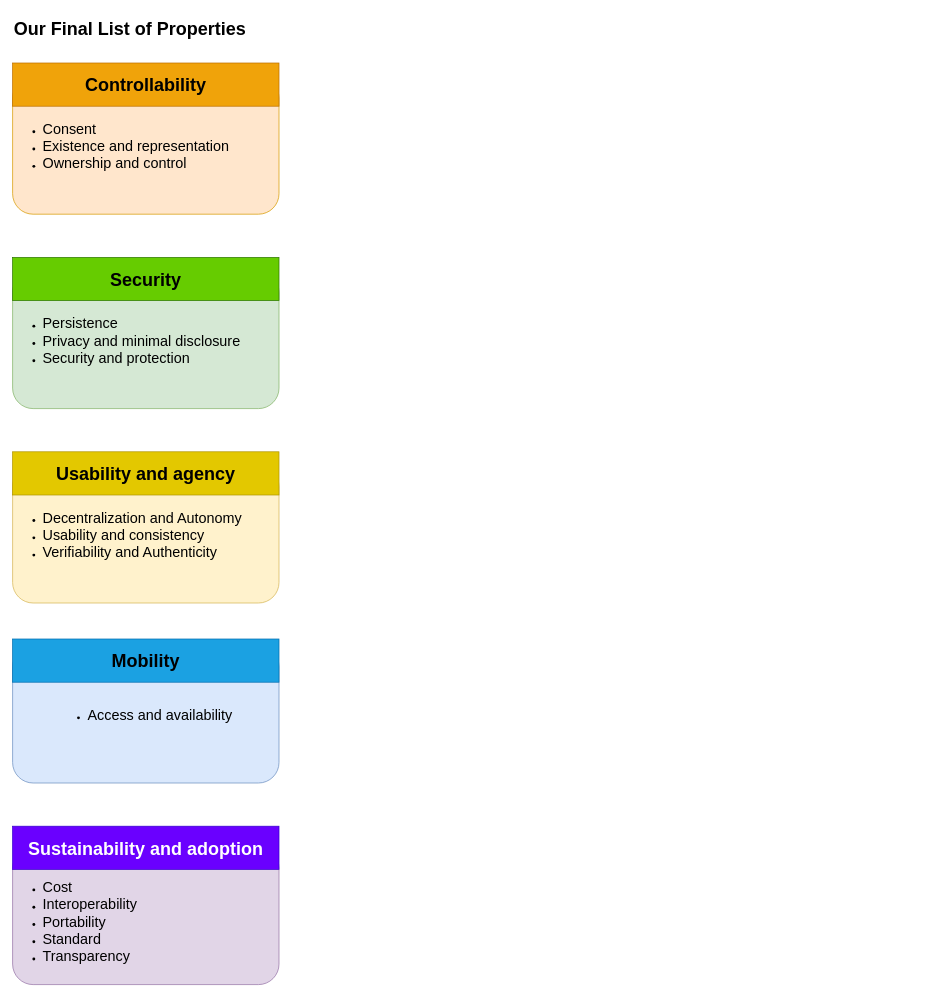
Above: definition/images/final_list_principles/Final_list_properties.drawio in cristianlepore/Self-Sovereign-Identity (draw.io), before the change. Source tidied: cells renumbered, new cells numbered last; positions are measured from the earlier drawing's top-left corner, leaving out a move shared by most shapes. Both pictures are drawn from the tidied source at 72%, with x=0, y=0 at pixel (12, 12).
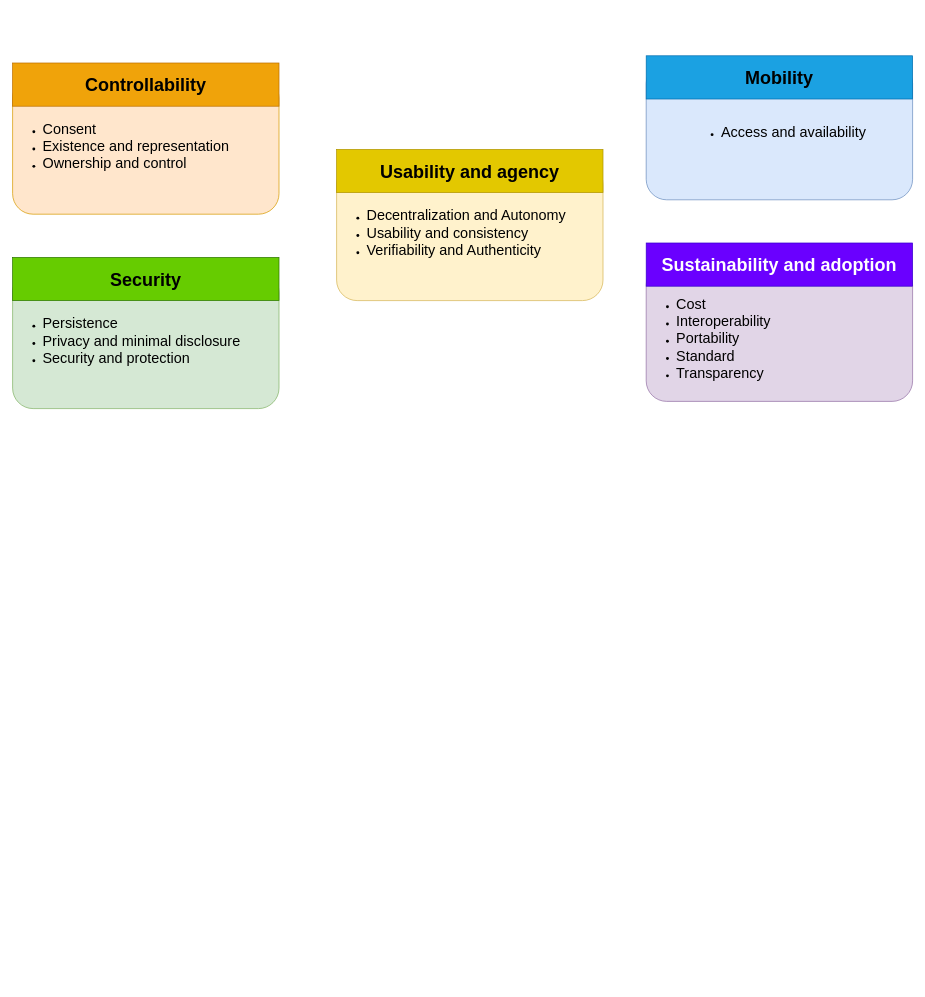
Above is the later version.

Diff of the diagram source:
```diff
@@
 <mxGraphModel>
   <root>
     <mxCell id="0" />
     <mxCell id="1" parent="0" />
-    <mxCell id="2" value="&lt;div&gt;&lt;font style=&quot;font-size: 25px;&quot;&gt;&lt;b&gt;&lt;font&gt;Our Final List of Properties&lt;/font&gt;&lt;/b&gt;&lt;/font&gt;&lt;/div&gt;&lt;div&gt;&lt;font style=&quot;font-size: 25px;&quot;&gt;&lt;br&gt;&lt;/font&gt;&lt;/div&gt;&lt;font style=&quot;font-size: 25px;&quot;&gt;&lt;br&gt;&lt;/font&gt;&lt;div&gt;&lt;font style=&quot;font-size: 25px;&quot;&gt;&lt;br&gt;&lt;/font&gt;&lt;/div&gt;&lt;div&gt;&lt;font style=&quot;font-size: 25px;&quot;&gt;&lt;br&gt;&lt;/font&gt;&lt;/div&gt;&lt;div&gt;&lt;font style=&quot;font-size: 25px;&quot;&gt;&lt;br&gt;&lt;/font&gt;&lt;/div&gt;&lt;div&gt;&lt;font style=&quot;font-size: 25px;&quot;&gt;&lt;br&gt;&lt;/font&gt;&lt;/div&gt;&lt;div&gt;&lt;font style=&quot;font-size: 25px;&quot;&gt;&lt;br&gt;&lt;/font&gt;&lt;/div&gt;&lt;div&gt;&lt;font style=&quot;font-size: 25px;&quot;&gt;&lt;br&gt;&lt;/font&gt;&lt;/div&gt;&lt;div&gt;&lt;font style=&quot;font-size: 25px;&quot;&gt;&lt;br&gt;&lt;/font&gt;&lt;/div&gt;&lt;div&gt;&lt;font style=&quot;font-size: 25px;&quot;&gt;&lt;br&gt;&lt;/font&gt;&lt;/div&gt;&lt;div&gt;&lt;font style=&quot;font-size: 25px;&quot;&gt;&lt;br&gt;&lt;/font&gt;&lt;/div&gt;&lt;div&gt;&lt;font style=&quot;font-size: 25px;&quot;&gt;&lt;br&gt;&lt;/font&gt;&lt;/div&gt;&lt;div&gt;&lt;font style=&quot;font-size: 25px;&quot;&gt;&lt;br&gt;&lt;/font&gt;&lt;/div&gt;&lt;div&gt;&lt;font style=&quot;font-size: 25px;&quot;&gt;&lt;br&gt;&lt;/font&gt;&lt;/div&gt;&lt;div&gt;&lt;font style=&quot;font-size: 25px;&quot;&gt;&lt;br&gt;&lt;/font&gt;&lt;/div&gt;" style="text;whiteSpace=wrap;html=1;" parent="1" vertex="1">
-      <mxGeometry width="340" height="60" as="geometry" />
-    </mxCell>
     <mxCell id="3" value="&lt;div align=&quot;left&quot;&gt;&lt;ul&gt;&lt;li&gt;&lt;font style=&quot;font-size: 20px;&quot;&gt;Consent&lt;/font&gt;&lt;/li&gt;&lt;li&gt;&lt;font style=&quot;font-size: 20px;&quot;&gt;Existence and representation&lt;/font&gt;&lt;/li&gt;&lt;li&gt;&lt;font style=&quot;font-size: 20px;&quot;&gt;Ownership and control&lt;/font&gt;&lt;/li&gt;&lt;/ul&gt;&lt;/div&gt;" style="rounded=1;whiteSpace=wrap;html=1;align=left;fillColor=#ffe6cc;strokeColor=#d79b00;" parent="1" vertex="1">
       <mxGeometry y="90" width="370" height="190" as="geometry" />
     </mxCell>
     <mxCell id="4" value="&lt;div align=&quot;left&quot;&gt;&lt;ul&gt;&lt;li&gt;&lt;font style=&quot;font-size: 20px;&quot;&gt;Persistence&lt;/font&gt;&lt;/li&gt;&lt;li&gt;&lt;font style=&quot;font-size: 20px;&quot;&gt;Privacy and minimal disclosure&lt;/font&gt;&lt;/li&gt;&lt;li&gt;&lt;font style=&quot;font-size: 20px;&quot;&gt;Security and protection&lt;/font&gt;&lt;/li&gt;&lt;/ul&gt;&lt;/div&gt;" style="rounded=1;whiteSpace=wrap;html=1;align=left;fillColor=#d5e8d4;strokeColor=#82b366;" parent="1" vertex="1">
       <mxGeometry y="360" width="370" height="190" as="geometry" />
     </mxCell>
-    <mxCell id="5" value="&lt;div&gt;&lt;ul&gt;&lt;li&gt;&lt;font style=&quot;font-size: 20px;&quot;&gt;Access and availability&lt;/font&gt;&lt;/li&gt;&lt;/ul&gt;&lt;/div&gt;" style="rounded=1;whiteSpace=wrap;html=1;fillColor=#dae8fc;strokeColor=#6c8ebf;" parent="1" vertex="1">
-      <mxGeometry y="880" width="370" height="190" as="geometry" />
-    </mxCell>
-    <mxCell id="6" value="&lt;div align=&quot;left&quot;&gt;&lt;br&gt;&lt;ul&gt;&lt;li&gt;&lt;font style=&quot;font-size: 20px;&quot;&gt;Cost&lt;/font&gt;&lt;/li&gt;&lt;li&gt;&lt;font style=&quot;font-size: 20px;&quot;&gt;Interoperability&lt;/font&gt;&lt;/li&gt;&lt;li&gt;&lt;font style=&quot;font-size: 20px;&quot;&gt;Portability&lt;/font&gt;&lt;/li&gt;&lt;li&gt;&lt;font style=&quot;font-size: 20px;&quot;&gt;Standard&lt;/font&gt;&lt;/li&gt;&lt;li&gt;&lt;font style=&quot;font-size: 20px;&quot;&gt;Transparency&lt;/font&gt;&lt;/li&gt;&lt;/ul&gt;&lt;/div&gt;" style="rounded=1;whiteSpace=wrap;html=1;align=left;fillColor=#e1d5e7;strokeColor=#9673a6;" parent="1" vertex="1">
-      <mxGeometry y="1160" width="370" height="190" as="geometry" />
-    </mxCell>
     <mxCell id="7" value="&lt;div align=&quot;left&quot;&gt;&lt;ul&gt;&lt;li&gt;&lt;font style=&quot;font-size: 20px;&quot;&gt;Decentralization and Autonomy&lt;/font&gt;&lt;/li&gt;&lt;li&gt;&lt;font style=&quot;font-size: 20px;&quot;&gt;Usability and consistency&lt;/font&gt;&lt;/li&gt;&lt;li&gt;&lt;font style=&quot;font-size: 20px;&quot;&gt;Verifiability and Authenticity&lt;/font&gt;&lt;/li&gt;&lt;/ul&gt;&lt;/div&gt;" style="rounded=1;whiteSpace=wrap;html=1;align=left;fillColor=#fff2cc;strokeColor=#d6b656;" parent="1" vertex="1">
-      <mxGeometry y="630" width="370" height="190" as="geometry" />
+      <mxGeometry x="450" y="210" width="370" height="190" as="geometry" />
     </mxCell>
     <mxCell id="8" value="&lt;b&gt;&lt;font style=&quot;font-size: 25px;&quot;&gt;Controllability&lt;/font&gt;&lt;/b&gt;" style="rounded=0;whiteSpace=wrap;html=1;fillColor=#f0a30a;fontColor=#000000;strokeColor=#BD7000;" parent="1" vertex="1">
       <mxGeometry y="70" width="370" height="60" as="geometry" />
     </mxCell>
     <mxCell id="9" value="&lt;div&gt;&lt;b&gt;&lt;font style=&quot;font-size: 25px;&quot;&gt;Usability and agency&lt;/font&gt;&lt;/b&gt;&lt;/div&gt;" style="rounded=0;whiteSpace=wrap;html=1;fillColor=#e3c800;fontColor=#000000;strokeColor=#B09500;" parent="1" vertex="1">
-      <mxGeometry y="610" width="370" height="60" as="geometry" />
+      <mxGeometry x="450" y="190" width="370" height="60" as="geometry" />
     </mxCell>
+    <mxCell id="12" value="&lt;span style=&quot;color: rgb(0, 0, 0);&quot;&gt;&lt;b&gt;&lt;font style=&quot;font-size: 25px;&quot;&gt;Security&lt;font&gt;&lt;br&gt;&lt;/font&gt;&lt;/font&gt;&lt;/b&gt;&lt;/span&gt;" style="rounded=0;whiteSpace=wrap;html=1;fillColor=#66CC00;strokeColor=#2D7600;fontColor=#ffffff;" parent="1" vertex="1">
+      <mxGeometry y="340" width="370" height="60" as="geometry" />
+    </mxCell>
+    <mxCell id="5" value="&lt;div&gt;&lt;ul&gt;&lt;li&gt;&lt;font style=&quot;font-size: 20px;&quot;&gt;Access and availability&lt;/font&gt;&lt;/li&gt;&lt;/ul&gt;&lt;/div&gt;" style="rounded=1;whiteSpace=wrap;html=1;fillColor=#dae8fc;strokeColor=#6c8ebf;" parent="1" vertex="1">
+      <mxGeometry x="880" y="70" width="370" height="190" as="geometry" />
+    </mxCell>
+    <mxCell id="6" value="&lt;div align=&quot;left&quot;&gt;&lt;br&gt;&lt;ul&gt;&lt;li&gt;&lt;font style=&quot;font-size: 20px;&quot;&gt;Cost&lt;/font&gt;&lt;/li&gt;&lt;li&gt;&lt;font style=&quot;font-size: 20px;&quot;&gt;Interoperability&lt;/font&gt;&lt;/li&gt;&lt;li&gt;&lt;font style=&quot;font-size: 20px;&quot;&gt;Portability&lt;/font&gt;&lt;/li&gt;&lt;li&gt;&lt;font style=&quot;font-size: 20px;&quot;&gt;Standard&lt;/font&gt;&lt;/li&gt;&lt;li&gt;&lt;font style=&quot;font-size: 20px;&quot;&gt;Transparency&lt;/font&gt;&lt;/li&gt;&lt;/ul&gt;&lt;/div&gt;" style="rounded=1;whiteSpace=wrap;html=1;align=left;fillColor=#e1d5e7;strokeColor=#9673a6;" parent="1" vertex="1">
+      <mxGeometry x="880" y="350" width="370" height="190" as="geometry" />
+    </mxCell>
     <mxCell id="10" value="&lt;b&gt;&lt;font style=&quot;font-size: 25px;&quot;&gt;Sustainability and adoption&lt;br&gt;&lt;/font&gt;&lt;/b&gt;" style="rounded=0;whiteSpace=wrap;html=1;fillColor=#6a00ff;fontColor=#ffffff;strokeColor=#3700CC;" parent="1" vertex="1">
-      <mxGeometry y="1130" width="370" height="60" as="geometry" />
+      <mxGeometry x="880" y="320" width="370" height="60" as="geometry" />
     </mxCell>
     <mxCell id="11" value="&lt;b&gt;&lt;font style=&quot;font-size: 25px; color: rgb(0, 0, 0);&quot;&gt;Mobility&lt;font&gt;&lt;br&gt;&lt;/font&gt;&lt;/font&gt;&lt;/b&gt;" style="rounded=0;whiteSpace=wrap;html=1;fillColor=#1ba1e2;fontColor=#ffffff;strokeColor=#006EAF;" parent="1" vertex="1">
-      <mxGeometry y="870" width="370" height="60" as="geometry" />
+      <mxGeometry x="880" y="60" width="370" height="60" as="geometry" />
     </mxCell>
-    <mxCell id="12" value="&lt;span style=&quot;color: rgb(0, 0, 0);&quot;&gt;&lt;b&gt;&lt;font style=&quot;font-size: 25px;&quot;&gt;Security&lt;font&gt;&lt;br&gt;&lt;/font&gt;&lt;/font&gt;&lt;/b&gt;&lt;/span&gt;" style="rounded=0;whiteSpace=wrap;html=1;fillColor=#66CC00;strokeColor=#2D7600;fontColor=#ffffff;" parent="1" vertex="1">
-      <mxGeometry y="340" width="370" height="60" as="geometry" />
-    </mxCell>
   </root>
 </mxGraphModel>
```
